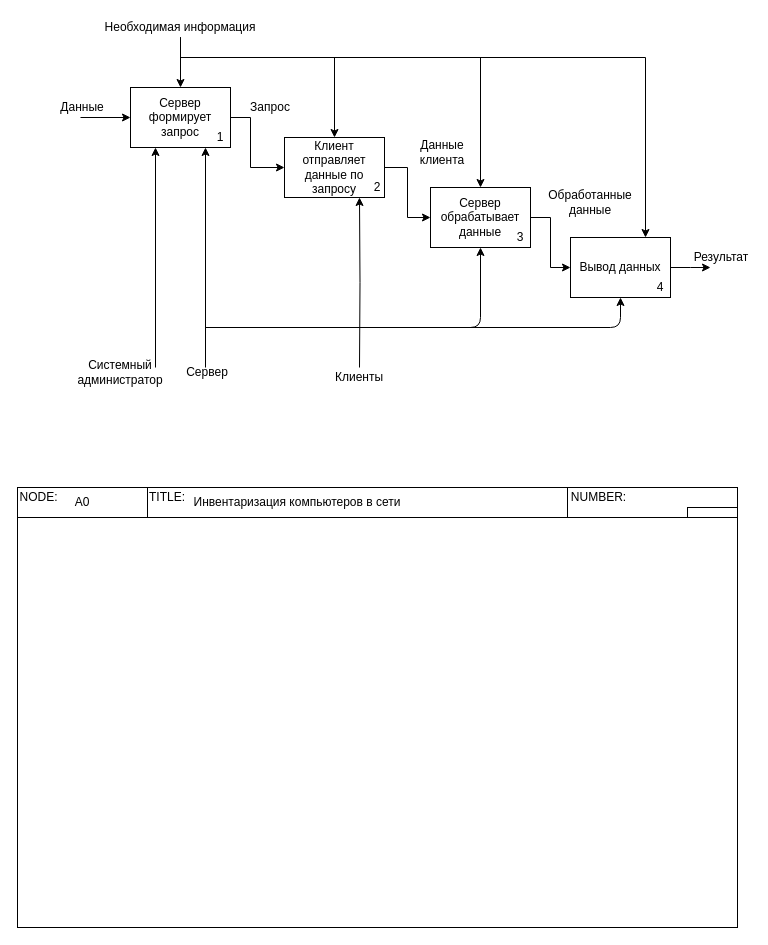
Before: Декомпозиция контекстной диаграммы.drawio in OhotnikovV/AvIS, a draw.io diagram. Source tidied: cells renumbered, new cells numbered last; positions are measured from the earlier drawing's top-left corner, leaving out a move shared by most shapes. Both pictures are drawn from the tidied source at 100%, with x=0, y=0 at pixel (17, 17).
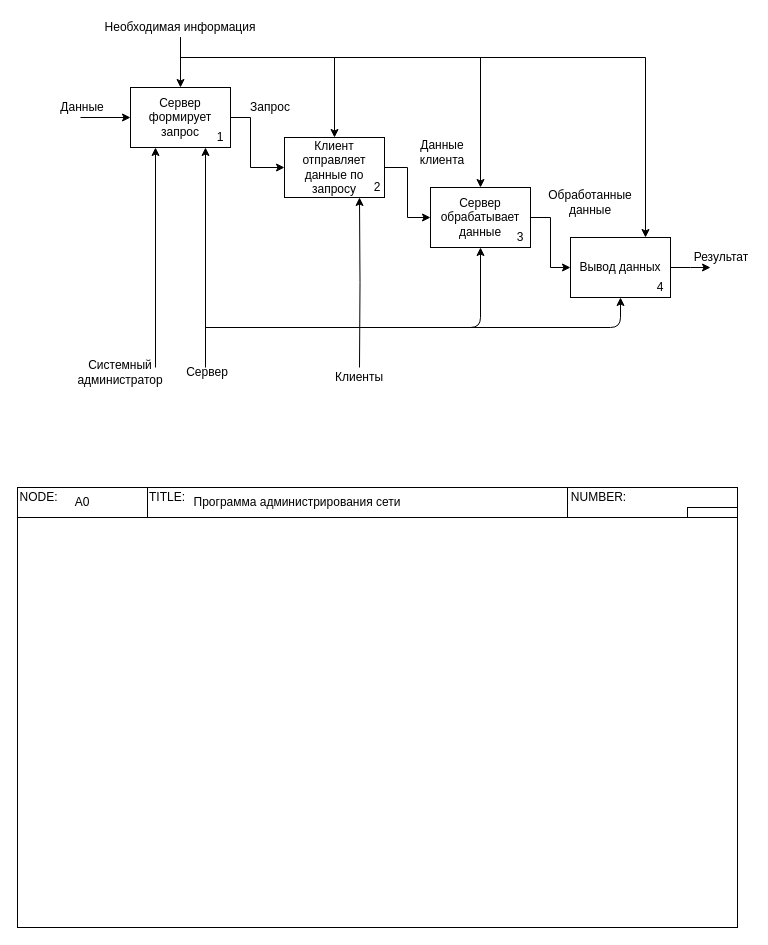
The same page after the edit.

Commit message:
Обновлена титла

Change to the diagram source:
```diff
@@
-    <mxCell id="38" value="Инвентаризация компьютеров в сети" style="text;html=1;strokeColor=none;fillColor=none;align=center;verticalAlign=middle;whiteSpace=wrap;rounded=0;shadow=0;" parent="1" vertex="1">
+    <mxCell id="38" value="Программа администрирования сети" style="text;html=1;strokeColor=none;fillColor=none;align=center;verticalAlign=middle;whiteSpace=wrap;rounded=0;shadow=0;" parent="1" vertex="1">
       <mxGeometry x="170" y="475" width="220" height="20" as="geometry" />
     </mxCell>
```
